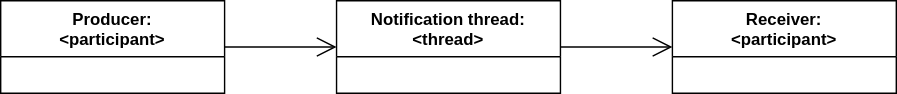
Above: doc/notification_channel.svg in vitalii-samoilenko/ai-chat-bot (draw.io), before the change. Source tidied: cells renumbered, new cells last; positions are measured from the earlier drawing's top-left corner, leaving out a move shared by most shapes. Source of this version:
```xml
<mxGraphModel>
  <root>
    <mxCell id="0" />
    <mxCell id="1" parent="0" />
    <mxCell id="2" value="Producer:&lt;div&gt;&amp;lt;participant&amp;gt;&lt;/div&gt;" style="swimlane;fontStyle=1;align=center;verticalAlign=top;horizontal=1;startSize=40;whiteSpace=wrap;html=1;" parent="1" vertex="1">
      <mxGeometry width="160" height="66" as="geometry" />
    </mxCell>
    <mxCell id="3" value="Notification thread:&lt;div&gt;&amp;lt;thread&amp;gt;&lt;/div&gt;" style="swimlane;fontStyle=1;align=center;verticalAlign=top;horizontal=1;startSize=40;whiteSpace=wrap;html=1;" parent="1" vertex="1">
      <mxGeometry x="240" width="160" height="66" as="geometry" />
    </mxCell>
    <mxCell id="4" style="endArrow=open;endFill=1;endSize=12;html=1;rounded=0;" parent="1" edge="1" source="2" target="3">
      <mxGeometry relative="1" as="geometry" />
    </mxCell>
    <mxCell id="5" value="Receiver:&lt;div&gt;&amp;lt;participant&amp;gt;&lt;/div&gt;" style="swimlane;fontStyle=1;align=center;verticalAlign=top;horizontal=1;startSize=40;whiteSpace=wrap;html=1;" parent="1" vertex="1">
      <mxGeometry x="480" width="160" height="66" as="geometry" />
    </mxCell>
    <mxCell id="6" style="endArrow=open;endFill=1;endSize=12;html=1;rounded=0;" parent="1" edge="1" source="3" target="5">
      <mxGeometry relative="1" as="geometry" />
    </mxCell>
  </root>
</mxGraphModel>
```
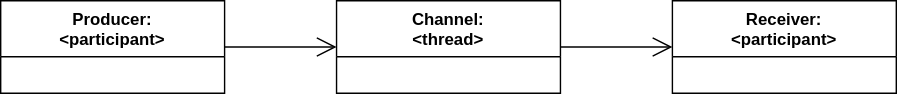
After the change.

Diff of the diagram source:
```diff
@@ -5,7 +5,7 @@
     <mxCell id="2" value="Producer:&lt;div&gt;&amp;lt;participant&amp;gt;&lt;/div&gt;" style="swimlane;fontStyle=1;align=center;verticalAlign=top;horizontal=1;startSize=40;whiteSpace=wrap;html=1;" parent="1" vertex="1">
       <mxGeometry width="160" height="66" as="geometry" />
     </mxCell>
-    <mxCell id="3" value="Notification thread:&lt;div&gt;&amp;lt;thread&amp;gt;&lt;/div&gt;" style="swimlane;fontStyle=1;align=center;verticalAlign=top;horizontal=1;startSize=40;whiteSpace=wrap;html=1;" parent="1" vertex="1">
+    <mxCell id="3" value="Channel:&lt;div&gt;&amp;lt;thread&amp;gt;&lt;/div&gt;" style="swimlane;fontStyle=1;align=center;verticalAlign=top;horizontal=1;startSize=40;whiteSpace=wrap;html=1;" parent="1" vertex="1">
       <mxGeometry x="240" width="160" height="66" as="geometry" />
     </mxCell>
     <mxCell id="4" style="endArrow=open;endFill=1;endSize=12;html=1;rounded=0;" parent="1" edge="1" source="2" target="3">
```
